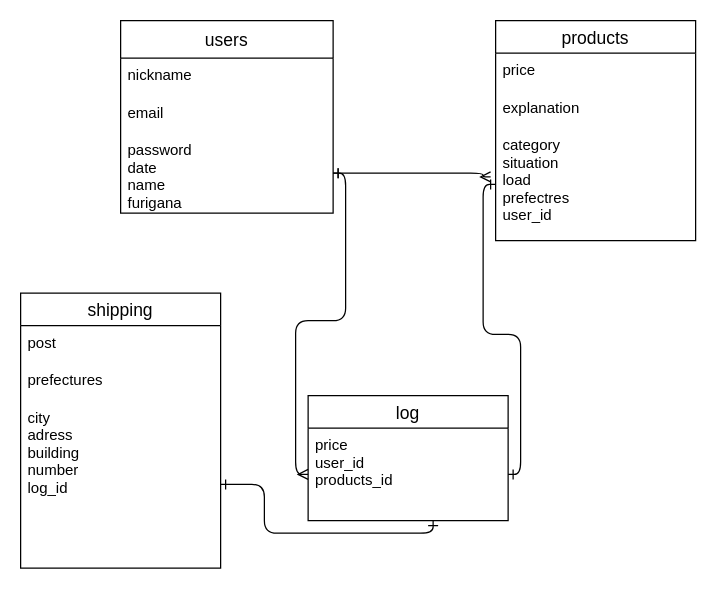
Before: furima.dio in Aki1634/furima-37996, a draw.io diagram. Source tidied: cells renumbered, new cells numbered last; positions are measured from the earlier drawing's top-left corner, leaving out a move shared by most shapes. Both pictures are drawn from the tidied source at 125%, with x=0, y=0 at pixel (20, 20).
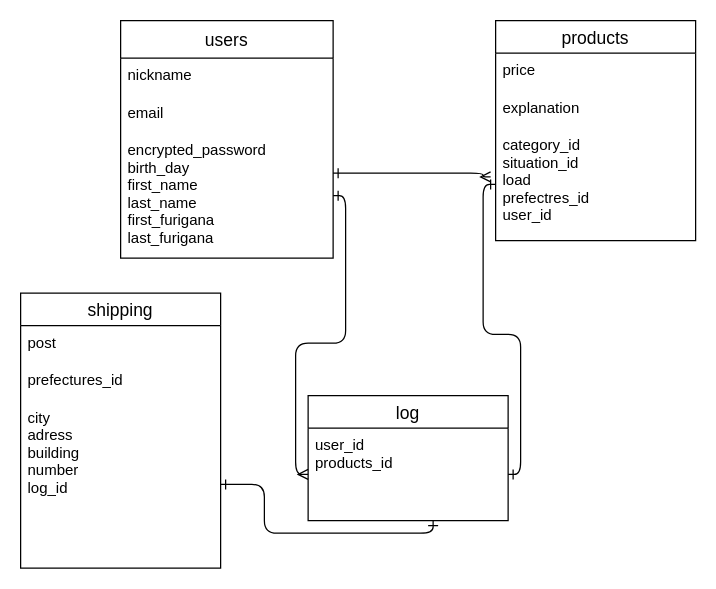
The same page after the edit.

Unchanged cells that the change refers to:
```xml
<mxCell id="2" value="shipping" style="swimlane;fontStyle=0;horizontal=1;startSize=26;align=center;fontSize=14;fontFamily=Helvetica;fontColor=default;strokeColor=default;fillColor=default;" parent="1" vertex="1">
  <mxGeometry y="218" width="160" height="220" as="geometry" />
</mxCell>
<mxCell id="6" value="products" style="swimlane;fontStyle=0;horizontal=1;startSize=26;align=center;fontSize=14;fontFamily=Helvetica;fontColor=default;strokeColor=default;fillColor=default;" parent="1" vertex="1">
  <mxGeometry x="380" width="160" height="176" as="geometry" />
</mxCell>
<mxCell id="14" value="log" style="swimlane;fontStyle=0;horizontal=1;startSize=26;align=center;fontSize=14;fontFamily=Helvetica;fontColor=default;strokeColor=default;fillColor=default;" parent="1" vertex="1">
  <mxGeometry x="230" y="300" width="160" height="100" as="geometry" />
</mxCell>
```

What changed in the source:
```diff
@@
-    <mxCell id="4" value="prefectures" style="text;strokeColor=none;fillColor=none;spacingLeft=4;spacingRight=4;overflow=hidden;fontSize=12;fontFamily=Helvetica;fontColor=default;startSize=30;" parent="2" vertex="1">
+    <mxCell id="4" value="prefectures_id" style="text;strokeColor=none;fillColor=none;spacingLeft=4;spacingRight=4;overflow=hidden;fontSize=12;fontFamily=Helvetica;fontColor=default;startSize=30;" parent="2" vertex="1">
       <mxGeometry y="56" width="160" height="30" as="geometry" />
     </mxCell>
@@
-    <mxCell id="9" value="category&#10;situation&#10;load&#10;prefectres&#10;user_id" style="text;strokeColor=none;fillColor=none;spacingLeft=4;spacingRight=4;overflow=hidden;points=[[0,0.5],[1,0.5]];portConstraint=eastwest;fontSize=12;fontFamily=Helvetica;fontColor=default;startSize=30;" parent="6" vertex="1">
+    <mxCell id="9" value="category_id&#10;situation_id&#10;load&#10;prefectres_id&#10;user_id" style="text;strokeColor=none;fillColor=none;spacingLeft=4;spacingRight=4;overflow=hidden;points=[[0,0.5],[1,0.5]];portConstraint=eastwest;fontSize=12;fontFamily=Helvetica;fontColor=default;startSize=30;" parent="6" vertex="1">
       <mxGeometry y="86" width="160" height="90" as="geometry" />
     </mxCell>
     <mxCell id="10" value="users" style="swimlane;fontStyle=0;horizontal=1;startSize=30;align=center;fontSize=14;fontFamily=Helvetica;fontColor=default;strokeColor=default;fillColor=default;" parent="1" vertex="1">
-      <mxGeometry x="80" width="170" height="154" as="geometry" />
+      <mxGeometry x="80" width="170" height="190" as="geometry" />
     </mxCell>
@@
-    <mxCell id="13" value="password&#10;date&#10;name&#10;furigana" style="text;strokeColor=none;fillColor=none;spacingLeft=4;spacingRight=4;overflow=hidden;points=[[0,0.5],[1,0.5]];portConstraint=eastwest;fontSize=12;fontFamily=Helvetica;fontColor=default;startSize=30;" parent="10" vertex="1">
-      <mxGeometry y="90" width="170" height="64" as="geometry" />
+    <mxCell id="13" value="encrypted_password&#10;birth_day&#10;first_name&#10;last_name&#10;first_furigana&#10;last_furigana" style="text;strokeColor=none;fillColor=none;spacingLeft=4;spacingRight=4;overflow=hidden;points=[[0,0.5],[1,0.5]];portConstraint=eastwest;fontSize=12;fontFamily=Helvetica;fontColor=default;startSize=30;" parent="10" vertex="1">
+      <mxGeometry y="90" width="170" height="100" as="geometry" />
     </mxCell>
@@
-    <mxCell id="15" value="price&#10;user_id&#10;products_id" style="text;strokeColor=none;fillColor=none;spacingLeft=4;spacingRight=4;overflow=hidden;points=[[0,0.5],[1,0.5]];portConstraint=eastwest;fontSize=12;fontFamily=Helvetica;fontColor=default;startSize=30;" parent="14" vertex="1">
+    <mxCell id="15" value="user_id&#10;products_id" style="text;strokeColor=none;fillColor=none;spacingLeft=4;spacingRight=4;overflow=hidden;points=[[0,0.5],[1,0.5]];portConstraint=eastwest;fontSize=12;fontFamily=Helvetica;fontColor=default;startSize=30;" parent="14" vertex="1">
       <mxGeometry y="26" width="160" height="74" as="geometry" />
     </mxCell>
```
